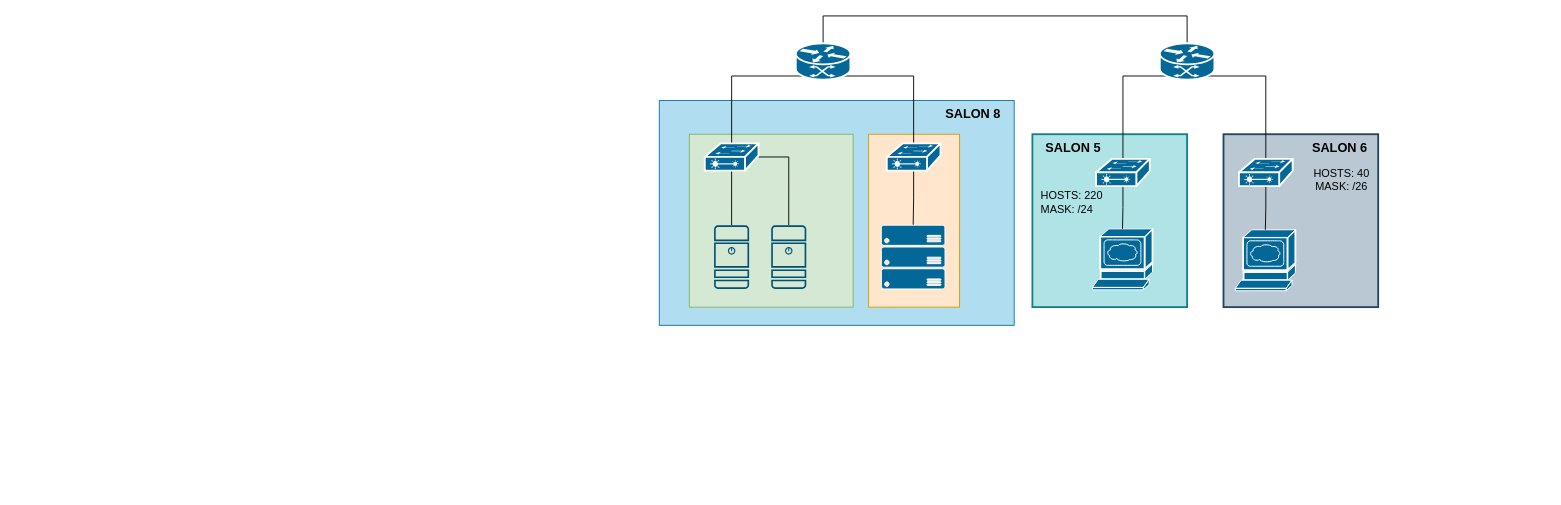
This is Final de redes.drawio from dlima2016/DiagramasRedes, a draw.io file, before an edit. Source tidied: cells renumbered, new cells numbered last; positions are measured from the earlier drawing's top-left corner, leaving out a move shared by most shapes. Both pictures are drawn from the tidied source at 91%, with x=0, y=0 at pixel (659, 15).
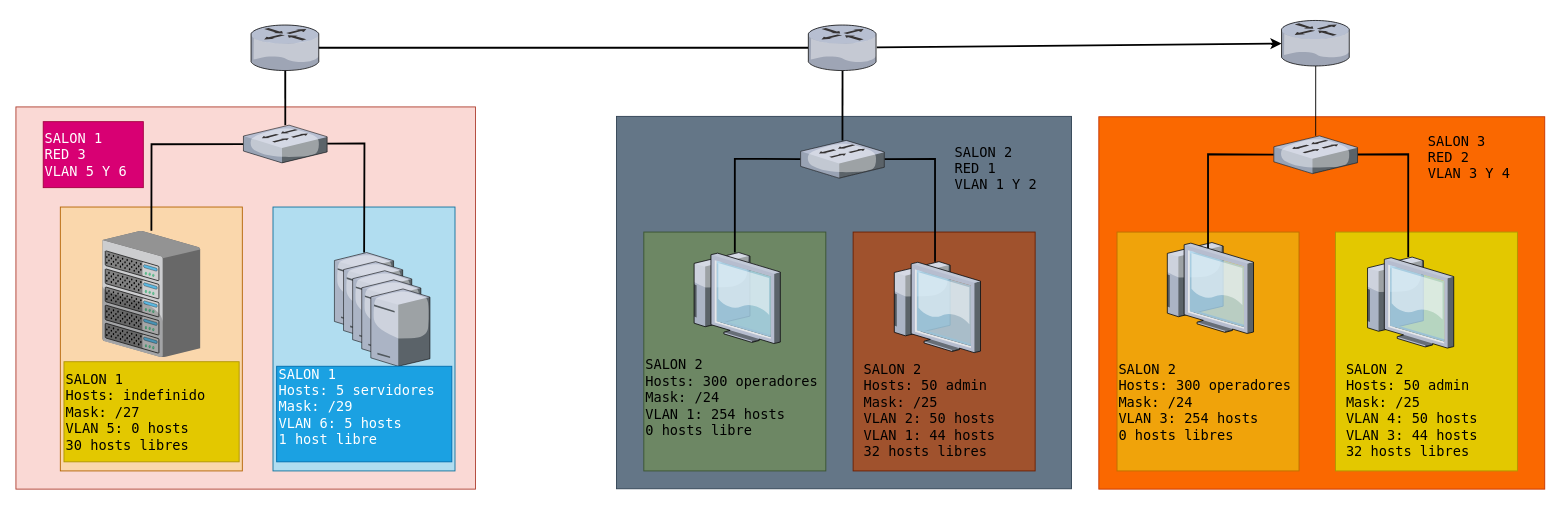
After the change.

Diff of the diagram source:
```diff
@@
-    <mxCell id="2" style="whiteSpace=wrap;html=1;fillColor=#bac8d3;strokeColor=#23445d;strokeWidth=2;" parent="1" vertex="1">
-      <mxGeometry x="620" y="130" width="170" height="190" as="geometry" />
-    </mxCell>
-    <mxCell id="3" style="whiteSpace=wrap;html=1;fillColor=#b0e3e6;strokeColor=#0e8088;strokeWidth=2;" parent="1" vertex="1">
-      <mxGeometry x="410" y="130" width="170" height="190" as="geometry" />
-    </mxCell>
-    <mxCell id="4" style="whiteSpace=wrap;html=1;fillColor=#b1ddf0;strokeColor=#10739e;" parent="1" vertex="1">
-      <mxGeometry y="93" width="390" height="247" as="geometry" />
-    </mxCell>
-    <mxCell id="5" style="whiteSpace=wrap;html=1;fillColor=#ffe6cc;strokeColor=#d79b00;" parent="1" vertex="1">
-      <mxGeometry x="230" y="130" width="100" height="190" as="geometry" />
-    </mxCell>
-    <mxCell id="6" style="whiteSpace=wrap;html=1;fillColor=#d5e8d4;strokeColor=#82b366;" parent="1" vertex="1">
-      <mxGeometry x="33" y="130" width="180" height="190" as="geometry" />
-    </mxCell>
-    <mxCell id="7" style="edgeStyle=orthogonalEdgeStyle;rounded=0;jettySize=auto;html=1;exitX=0.12;exitY=0.9;exitDx=0;exitDy=0;exitPerimeter=0;entryX=0.5;entryY=0;entryDx=0;entryDy=0;entryPerimeter=0;endArrow=none;endFill=0;" parent="1" edge="1" source="10" target="18">
-      <mxGeometry relative="1" as="geometry" />
-    </mxCell>
-    <mxCell id="8" style="edgeStyle=orthogonalEdgeStyle;rounded=0;jettySize=auto;html=1;exitX=0.88;exitY=0.9;exitDx=0;exitDy=0;exitPerimeter=0;endArrow=none;endFill=0;" parent="1" edge="1" source="10" target="20">
-      <mxGeometry relative="1" as="geometry" />
-    </mxCell>
-    <mxCell id="9" style="edgeStyle=orthogonalEdgeStyle;rounded=0;jettySize=auto;html=1;exitX=0.5;exitY=0;exitDx=0;exitDy=0;exitPerimeter=0;entryX=0.5;entryY=0;entryDx=0;entryDy=0;entryPerimeter=0;endArrow=none;endFill=0;" parent="1" edge="1" source="10" target="13">
-      <mxGeometry relative="1" as="geometry">
-        <Array as="points">
-          <mxPoint x="180" />
-          <mxPoint x="580" />
-        </Array>
-      </mxGeometry>
-    </mxCell>
-    <mxCell id="10" style="shape=mxgraph.cisco.routers.atm_router;sketch=0;html=1;dashed=0;fillColor=#036897;strokeColor=#ffffff;strokeWidth=2;verticalLabelPosition=bottom;verticalAlign=top;align=center;outlineConnect=0;" parent="1" vertex="1">
-      <mxGeometry x="150" y="30" width="60" height="40" as="geometry" />
-    </mxCell>
-    <mxCell id="11" style="edgeStyle=orthogonalEdgeStyle;rounded=0;jettySize=auto;html=1;exitX=0.12;exitY=0.9;exitDx=0;exitDy=0;exitPerimeter=0;entryX=0.5;entryY=0;entryDx=0;entryDy=0;entryPerimeter=0;endArrow=none;endFill=0;" parent="1" edge="1" source="13" target="22">
-      <mxGeometry relative="1" as="geometry" />
-    </mxCell>
-    <mxCell id="12" style="edgeStyle=orthogonalEdgeStyle;rounded=0;jettySize=auto;html=1;exitX=0.88;exitY=0.9;exitDx=0;exitDy=0;exitPerimeter=0;endArrow=none;endFill=0;" parent="1" edge="1" source="13" target="24">
-      <mxGeometry relative="1" as="geometry" />
-    </mxCell>
-    <mxCell id="13" style="shape=mxgraph.cisco.routers.atm_router;sketch=0;html=1;dashed=0;fillColor=#036897;strokeColor=#ffffff;strokeWidth=2;verticalLabelPosition=bottom;verticalAlign=top;align=center;outlineConnect=0;" parent="1" vertex="1">
-      <mxGeometry x="550" y="30" width="60" height="40" as="geometry" />
-    </mxCell>
-    <mxCell id="14" style="shape=mxgraph.cisco.servers.www_server;sketch=0;html=1;dashed=0;fillColor=#036897;strokeColor=#ffffff;strokeWidth=2;verticalLabelPosition=bottom;verticalAlign=top;align=center;outlineConnect=0;" parent="1" vertex="1">
-      <mxGeometry x="633" y="235" width="66" height="67" as="geometry" />
-    </mxCell>
-    <mxCell id="15" style="shape=mxgraph.cisco.servers.www_server;sketch=0;html=1;dashed=0;fillColor=#036897;strokeColor=#ffffff;strokeWidth=2;verticalLabelPosition=bottom;verticalAlign=top;align=center;outlineConnect=0;" parent="1" vertex="1">
-      <mxGeometry x="476" y="234" width="66" height="67" as="geometry" />
-    </mxCell>
-    <mxCell id="16" style="edgeStyle=orthogonalEdgeStyle;rounded=0;jettySize=auto;html=1;exitX=0.5;exitY=1;exitDx=0;exitDy=0;exitPerimeter=0;entryX=0.5;entryY=0;entryDx=0;entryDy=0;entryPerimeter=0;endArrow=none;endFill=0;" parent="1" edge="1" source="18" target="25">
-      <mxGeometry relative="1" as="geometry" />
-    </mxCell>
-    <mxCell id="17" style="edgeStyle=orthogonalEdgeStyle;rounded=0;jettySize=auto;html=1;exitX=1;exitY=0.5;exitDx=0;exitDy=0;exitPerimeter=0;entryX=0.5;entryY=0;entryDx=0;entryDy=0;entryPerimeter=0;endArrow=none;endFill=0;" parent="1" edge="1" source="18" target="32">
-      <mxGeometry relative="1" as="geometry" />
-    </mxCell>
-    <mxCell id="18" style="shape=mxgraph.cisco.switches.layer_2_remote_switch;sketch=0;html=1;dashed=0;fillColor=#036897;strokeColor=#ffffff;strokeWidth=2;verticalLabelPosition=bottom;verticalAlign=top;align=center;outlineConnect=0;" parent="1" vertex="1">
-      <mxGeometry x="50" y="140" width="59" height="30" as="geometry" />
-    </mxCell>
-    <mxCell id="19" style="edgeStyle=orthogonalEdgeStyle;rounded=0;jettySize=auto;html=1;exitX=0.5;exitY=1;exitDx=0;exitDy=0;exitPerimeter=0;entryX=0.5;entryY=0;entryDx=0;entryDy=0;entryPerimeter=0;endArrow=none;endFill=0;" parent="1" edge="1" source="20" target="26">
-      <mxGeometry relative="1" as="geometry" />
-    </mxCell>
-    <mxCell id="20" style="shape=mxgraph.cisco.switches.layer_2_remote_switch;sketch=0;html=1;dashed=0;fillColor=#036897;strokeColor=#ffffff;strokeWidth=2;verticalLabelPosition=bottom;verticalAlign=top;align=center;outlineConnect=0;" parent="1" vertex="1">
-      <mxGeometry x="250" y="140" width="59" height="30" as="geometry" />
-    </mxCell>
-    <mxCell id="21" style="edgeStyle=orthogonalEdgeStyle;rounded=0;jettySize=auto;html=1;exitX=0.5;exitY=1;exitDx=0;exitDy=0;exitPerimeter=0;endArrow=none;endFill=0;" parent="1" edge="1" source="22" target="15">
-      <mxGeometry relative="1" as="geometry" />
-    </mxCell>
-    <mxCell id="22" style="shape=mxgraph.cisco.switches.layer_2_remote_switch;sketch=0;html=1;dashed=0;fillColor=#036897;strokeColor=#ffffff;strokeWidth=2;verticalLabelPosition=bottom;verticalAlign=top;align=center;outlineConnect=0;" parent="1" vertex="1">
-      <mxGeometry x="480" y="157" width="59" height="30" as="geometry" />
-    </mxCell>
-    <mxCell id="23" style="edgeStyle=orthogonalEdgeStyle;rounded=0;jettySize=auto;html=1;exitX=0.5;exitY=1;exitDx=0;exitDy=0;exitPerimeter=0;entryX=0.5;entryY=0;entryDx=0;entryDy=0;entryPerimeter=0;endArrow=none;endFill=0;" parent="1" edge="1" source="24" target="14">
-      <mxGeometry relative="1" as="geometry" />
-    </mxCell>
-    <mxCell id="24" style="shape=mxgraph.cisco.switches.layer_2_remote_switch;sketch=0;html=1;dashed=0;fillColor=#036897;strokeColor=#ffffff;strokeWidth=2;verticalLabelPosition=bottom;verticalAlign=top;align=center;outlineConnect=0;" parent="1" vertex="1">
-      <mxGeometry x="637" y="157" width="59" height="30" as="geometry" />
-    </mxCell>
-    <mxCell id="25" style="sketch=0;points=[[0.015,0.015,0],[0.985,0.015,0],[0.985,0.985,0],[0.015,0.985,0],[0.25,0,0],[0.5,0,0],[0.75,0,0],[1,0.25,0],[1,0.5,0],[1,0.75,0],[0.75,1,0],[0.5,1,0],[0.25,1,0],[0,0.75,0],[0,0.5,0],[0,0.25,0]];verticalLabelPosition=bottom;html=1;verticalAlign=top;align=center;shape=mxgraph.cisco19.server;fillColor=#005073;strokeColor=none;" parent="1" vertex="1">
-      <mxGeometry x="60.2" y="230" width="38.5" height="70" as="geometry" />
-    </mxCell>
-    <mxCell id="26" style="verticalLabelPosition=bottom;html=1;verticalAlign=top;align=center;strokeColor=#FFFFFF;fillColor=#036897;shape=mxgraph.azure.server_rack;" parent="1" vertex="1">
-      <mxGeometry x="244" y="230" width="70" height="70" as="geometry" />
-    </mxCell>
-    <mxCell id="27" value="&lt;font style=&quot;font-size: 14px;&quot;&gt;&lt;b&gt;SALON 8&lt;/b&gt;&lt;/font&gt;" style="text;strokeColor=none;align=center;fillColor=none;html=1;verticalAlign=middle;whiteSpace=wrap;rounded=0;" parent="1" vertex="1">
-      <mxGeometry x="300" y="93" width="90" height="30" as="geometry" />
-    </mxCell>
-    <mxCell id="28" value="&lt;font style=&quot;font-size: 14px;&quot;&gt;&lt;b&gt;SALON 5&lt;/b&gt;&lt;/font&gt;" style="text;strokeColor=none;align=center;fillColor=none;html=1;verticalAlign=middle;whiteSpace=wrap;rounded=0;" parent="1" vertex="1">
-      <mxGeometry x="410" y="130" width="90" height="30" as="geometry" />
-    </mxCell>
-    <mxCell id="29" value="&lt;font style=&quot;font-size: 14px;&quot;&gt;&lt;b&gt;SALON 6&lt;/b&gt;&lt;/font&gt;" style="text;strokeColor=none;align=center;fillColor=none;html=1;verticalAlign=middle;whiteSpace=wrap;rounded=0;" parent="1" vertex="1">
-      <mxGeometry x="703" y="130" width="90" height="30" as="geometry" />
-    </mxCell>
-    <mxCell id="30" value="HOSTS: 40&lt;br&gt;MASK: /26" style="whiteSpace=wrap;html=1;fillColor=none;strokeColor=none;" parent="1" vertex="1">
-      <mxGeometry x="690" y="150" width="120" height="60" as="geometry" />
-    </mxCell>
-    <mxCell id="31" value="HOSTS: 220&lt;br&gt;&lt;div style=&quot;text-align: left;&quot;&gt;&lt;span style=&quot;background-color: initial;&quot;&gt;MASK: /24&lt;/span&gt;&lt;/div&gt;" style="whiteSpace=wrap;html=1;fillColor=none;strokeColor=none;" parent="1" vertex="1">
-      <mxGeometry x="407" y="175" width="93" height="60" as="geometry" />
-    </mxCell>
-    <mxCell id="32" style="sketch=0;points=[[0.015,0.015,0],[0.985,0.015,0],[0.985,0.985,0],[0.015,0.985,0],[0.25,0,0],[0.5,0,0],[0.75,0,0],[1,0.25,0],[1,0.5,0],[1,0.75,0],[0.75,1,0],[0.5,1,0],[0.25,1,0],[0,0.75,0],[0,0.5,0],[0,0.25,0]];verticalLabelPosition=bottom;html=1;verticalAlign=top;align=center;shape=mxgraph.cisco19.server;fillColor=#005073;strokeColor=none;" parent="1" vertex="1">
-      <mxGeometry x="123" y="230" width="38.5" height="70" as="geometry" />
-    </mxCell>
+    <mxCell id="33" style="whiteSpace=wrap;html=1;fillColor=#fad9d5;strokeColor=#ae4132;" parent="1" vertex="1">
+      <mxGeometry x="-707" y="100" width="505" height="420" as="geometry" />
+    </mxCell>
+    <mxCell id="34" style="whiteSpace=wrap;html=1;fillColor=#b1ddf0;strokeColor=#10739e;" parent="1" vertex="1">
+      <mxGeometry x="-424.5" y="210" width="200" height="290" as="geometry" />
+    </mxCell>
+    <mxCell id="35" style="whiteSpace=wrap;html=1;fillColor=#fad7ac;strokeColor=#b46504;" parent="1" vertex="1">
+      <mxGeometry x="-658.2" y="210" width="200" height="290" as="geometry" />
+    </mxCell>
+    <mxCell id="36" style="whiteSpace=wrap;html=1;fillColor=#647687;strokeColor=#314354;fontColor=#ffffff;" parent="1" vertex="1">
+      <mxGeometry x="-47" y="110.4" width="500" height="409.2" as="geometry" />
+    </mxCell>
+    <mxCell id="37" style="whiteSpace=wrap;html=1;fillColor=#fa6800;strokeColor=#C73500;fontColor=#000000;" parent="1" vertex="1">
+      <mxGeometry x="483" y="110.8" width="490" height="409.2" as="geometry" />
+    </mxCell>
+    <mxCell id="38" style="whiteSpace=wrap;html=1;fillColor=#6d8764;fontColor=#ffffff;strokeColor=#3A5431;" parent="1" vertex="1">
+      <mxGeometry x="-17" y="237.5" width="200" height="262.5" as="geometry" />
+    </mxCell>
+    <mxCell id="39" style="whiteSpace=wrap;html=1;fillColor=#a0522d;fontColor=#ffffff;strokeColor=#6D1F00;" parent="1" vertex="1">
+      <mxGeometry x="213" y="237.5" width="200" height="262.5" as="geometry" />
+    </mxCell>
+    <mxCell id="40" style="whiteSpace=wrap;html=1;fillColor=#f0a30a;fontColor=#000000;strokeColor=#BD7000;" parent="1" vertex="1">
+      <mxGeometry x="503" y="237.5" width="200" height="262.5" as="geometry" />
+    </mxCell>
+    <mxCell id="41" style="whiteSpace=wrap;html=1;fillColor=#e3c800;fontColor=#000000;strokeColor=#B09500;" parent="1" vertex="1">
+      <mxGeometry x="743" y="237.5" width="200" height="262.5" as="geometry" />
+    </mxCell>
+    <mxCell id="42" style="verticalLabelPosition=bottom;sketch=0;html=1;verticalAlign=top;strokeColor=none;align=center;outlineConnect=0;shape=mxgraph.citrix.thin_client;" parent="1" vertex="1">
+      <mxGeometry x="33" y="260" width="100" height="100" as="geometry" />
+    </mxCell>
+    <mxCell id="43" style="verticalLabelPosition=bottom;sketch=0;html=1;verticalAlign=top;strokeColor=none;align=center;outlineConnect=0;shape=mxgraph.citrix.thin_client;" parent="1" vertex="1">
+      <mxGeometry x="253" y="270" width="100" height="100" as="geometry" />
+    </mxCell>
+    <mxCell id="44" style="edgeStyle=none;rounded=0;jettySize=auto;html=1;endArrow=none;endFill=0;strokeWidth=2;" parent="1" edge="1" source="46" target="43">
+      <mxGeometry relative="1" as="geometry">
+        <Array as="points">
+          <mxPoint x="303" y="157" />
+        </Array>
+      </mxGeometry>
+    </mxCell>
+    <mxCell id="45" style="edgeStyle=none;rounded=0;jettySize=auto;html=1;endArrow=none;endFill=0;strokeWidth=2;" parent="1" edge="1" source="46" target="42">
+      <mxGeometry relative="1" as="geometry">
+        <Array as="points">
+          <mxPoint x="83" y="157" />
+        </Array>
+      </mxGeometry>
+    </mxCell>
+    <mxCell id="46" style="verticalLabelPosition=bottom;sketch=0;html=1;verticalAlign=top;strokeColor=none;align=center;outlineConnect=0;shape=mxgraph.citrix.switch;" parent="1" vertex="1">
+      <mxGeometry x="155.3" y="136.8" width="92" height="41.5" as="geometry" />
+    </mxCell>
+    <mxCell id="47" style="edgeStyle=none;rounded=0;jettySize=auto;html=1;endArrow=none;endFill=0;strokeWidth=2;" parent="1" edge="1" source="50" target="46">
+      <mxGeometry relative="1" as="geometry" />
+    </mxCell>
+    <mxCell id="48" style="edgeStyle=none;rounded=0;jettySize=auto;html=1;strokeWidth=2;" parent="1" edge="1" source="50" target="57">
+      <mxGeometry relative="1" as="geometry" />
+    </mxCell>
+    <mxCell id="49" style="edgeStyle=none;rounded=0;jettySize=auto;html=1;entryX=0.819;entryY=0.5;entryDx=0;entryDy=0;entryPerimeter=0;strokeWidth=2;endArrow=none;endFill=0;" parent="1" edge="1" source="50" target="68">
+      <mxGeometry relative="1" as="geometry" />
+    </mxCell>
+    <mxCell id="50" style="verticalLabelPosition=bottom;sketch=0;html=1;verticalAlign=top;strokeColor=none;align=center;outlineConnect=0;shape=mxgraph.citrix.router;" parent="1" vertex="1">
+      <mxGeometry x="163.7" y="10" width="75.3" height="50" as="geometry" />
+    </mxCell>
+    <mxCell id="51" style="verticalLabelPosition=bottom;sketch=0;html=1;verticalAlign=top;strokeColor=none;align=center;shape=mxgraph.citrix.thin_client;" parent="1" vertex="1">
+      <mxGeometry x="553" y="249" width="100" height="100" as="geometry" />
+    </mxCell>
+    <mxCell id="52" style="verticalLabelPosition=bottom;sketch=0;html=1;verticalAlign=top;strokeColor=none;align=center;outlineConnect=0;shape=mxgraph.citrix.thin_client;" parent="1" vertex="1">
+      <mxGeometry x="773" y="265" width="100" height="100" as="geometry" />
+    </mxCell>
+    <mxCell id="53" style="edgeStyle=none;rounded=0;jettySize=auto;html=1;endArrow=none;endFill=0;strokeWidth=2;" parent="1" edge="1" source="55" target="52">
+      <mxGeometry relative="1" as="geometry">
+        <Array as="points">
+          <mxPoint x="823" y="152" />
+        </Array>
+      </mxGeometry>
+    </mxCell>
+    <mxCell id="54" style="edgeStyle=none;rounded=0;jettySize=auto;html=1;endArrow=none;endFill=0;strokeWidth=2;" parent="1" edge="1" source="55">
+      <mxGeometry relative="1" as="geometry">
+        <mxPoint x="603" y="255" as="targetPoint" />
+        <Array as="points">
+          <mxPoint x="603" y="152" />
+        </Array>
+      </mxGeometry>
+    </mxCell>
+    <mxCell id="55" style="verticalLabelPosition=bottom;sketch=0;html=1;verticalAlign=top;strokeColor=none;align=center;outlineConnect=0;shape=mxgraph.citrix.switch;" parent="1" vertex="1">
+      <mxGeometry x="675.3" y="131.8" width="92" height="41.5" as="geometry" />
+    </mxCell>
+    <mxCell id="56" style="edgeStyle=none;rounded=0;jettySize=auto;html=1;endArrow=none;endFill=0;" parent="1" edge="1" source="57" target="55">
+      <mxGeometry relative="1" as="geometry" />
+    </mxCell>
+    <mxCell id="57" style="verticalLabelPosition=bottom;sketch=0;html=1;verticalAlign=top;strokeColor=none;align=center;outlineConnect=0;shape=mxgraph.citrix.router;" parent="1" vertex="1">
+      <mxGeometry x="683.7" y="5" width="75.3" height="50" as="geometry" />
+    </mxCell>
+    <mxCell id="58" style="verticalLabelPosition=bottom;sketch=0;html=1;verticalAlign=top;strokeColor=none;align=center;outlineConnect=0;shape=mxgraph.citrix.chassis;" parent="1" vertex="1">
+      <mxGeometry x="-612" y="236.2" width="107.5" height="138.8" as="geometry" />
+    </mxCell>
+    <mxCell id="59" style="verticalLabelPosition=bottom;sketch=0;html=1;verticalAlign=top;strokeColor=none;align=center;outlineConnect=0;shape=mxgraph.citrix.license_server;" parent="1" vertex="1">
+      <mxGeometry x="-357" y="260" width="65" height="85" as="geometry" />
+    </mxCell>
+    <mxCell id="60" style="verticalLabelPosition=bottom;sketch=0;html=1;verticalAlign=top;strokeColor=none;align=center;shape=mxgraph.citrix.license_server;" parent="1" vertex="1">
+      <mxGeometry x="-347" y="270" width="65" height="85" as="geometry" />
+    </mxCell>
+    <mxCell id="61" style="verticalLabelPosition=bottom;sketch=0;html=1;verticalAlign=top;strokeColor=none;align=center;shape=mxgraph.citrix.license_server;" parent="1" vertex="1">
+      <mxGeometry x="-337" y="280" width="65" height="85" as="geometry" />
+    </mxCell>
+    <mxCell id="62" style="verticalLabelPosition=bottom;sketch=0;html=1;verticalAlign=top;strokeColor=none;align=center;shape=mxgraph.citrix.license_server;" parent="1" vertex="1">
+      <mxGeometry x="-327" y="290" width="65" height="85" as="geometry" />
+    </mxCell>
+    <mxCell id="63" style="verticalLabelPosition=bottom;sketch=0;html=1;verticalAlign=top;strokeColor=none;align=center;shape=mxgraph.citrix.license_server;" parent="1" vertex="1">
+      <mxGeometry x="-317" y="300" width="65" height="85" as="geometry" />
+    </mxCell>
+    <mxCell id="64" style="edgeStyle=none;rounded=0;jettySize=auto;html=1;endArrow=none;endFill=0;strokeWidth=2;" parent="1" edge="1" source="66" target="59">
+      <mxGeometry relative="1" as="geometry">
+        <Array as="points">
+          <mxPoint x="-324" y="140" />
+        </Array>
+      </mxGeometry>
+    </mxCell>
+    <mxCell id="65" style="edgeStyle=none;rounded=0;jettySize=auto;html=1;endArrow=none;endFill=0;strokeWidth=2;" parent="1" edge="1" source="66" target="58">
+      <mxGeometry relative="1" as="geometry">
+        <Array as="points">
+          <mxPoint x="-558" y="141" />
+        </Array>
+      </mxGeometry>
+    </mxCell>
+    <mxCell id="66" style="verticalLabelPosition=bottom;sketch=0;html=1;verticalAlign=top;strokeColor=none;align=center;outlineConnect=0;shape=mxgraph.citrix.switch;" parent="1" vertex="1">
+      <mxGeometry x="-457" y="120" width="92" height="41.5" as="geometry" />
+    </mxCell>
+    <mxCell id="67" style="edgeStyle=none;rounded=0;jettySize=auto;html=1;strokeWidth=2;endArrow=none;endFill=0;" parent="1" edge="1" source="68" target="66">
+      <mxGeometry relative="1" as="geometry" />
+    </mxCell>
+    <mxCell id="68" style="verticalLabelPosition=bottom;sketch=0;html=1;verticalAlign=top;strokeColor=none;align=center;outlineConnect=0;shape=mxgraph.citrix.router;" parent="1" vertex="1">
+      <mxGeometry x="-448.7" y="10" width="75.3" height="50" as="geometry" />
+    </mxCell>
+    <mxCell id="69" value="&lt;font face=&quot;Lucida Console&quot; style=&quot;font-size: 15px;&quot;&gt;SALON 2&lt;br&gt;Hosts: 300 operadores&lt;br&gt;Mask: /24&lt;br&gt;VLAN 1: 254 hosts&lt;br&gt;0 hosts libre&lt;br&gt;&lt;br&gt;&lt;/font&gt;" style="text;strokeColor=none;align=left;fillColor=none;html=1;verticalAlign=middle;whiteSpace=wrap;rounded=0;" parent="1" vertex="1">
+      <mxGeometry x="-17" y="370" width="210" height="115" as="geometry" />
+    </mxCell>
+    <mxCell id="70" value="&lt;font face=&quot;Lucida Console&quot; style=&quot;font-size: 15px;&quot;&gt;SALON 2&lt;br&gt;Hosts: 50 admin&lt;br&gt;Mask: /25&lt;br&gt;VLAN 2: 50 hosts&lt;br&gt;VLAN 1: 44 hosts&lt;br&gt;32 hosts libres&lt;br&gt;&lt;/font&gt;" style="text;strokeColor=none;align=left;fillColor=none;html=1;verticalAlign=middle;whiteSpace=wrap;rounded=0;" parent="1" vertex="1">
+      <mxGeometry x="223" y="375" width="160" height="115" as="geometry" />
+    </mxCell>
+    <mxCell id="71" value="&lt;font face=&quot;Lucida Console&quot; style=&quot;font-size: 15px;&quot;&gt;SALON 2&lt;br&gt;RED 1&lt;br&gt;VLAN 1 Y 2&lt;br&gt;&lt;/font&gt;" style="text;strokeColor=none;align=left;fillColor=none;html=1;verticalAlign=middle;whiteSpace=wrap;rounded=0;" parent="1" vertex="1">
+      <mxGeometry x="323" y="131.8" width="130" height="70" as="geometry" />
+    </mxCell>
+    <mxCell id="72" value="&lt;font face=&quot;Lucida Console&quot; style=&quot;font-size: 15px;&quot;&gt;SALON 2&lt;br&gt;Hosts: 300 operadores&lt;br&gt;Mask: /24&lt;br&gt;VLAN 3: 254 hosts&lt;br&gt;0 hosts libres&lt;br&gt;&lt;br&gt;&lt;/font&gt;" style="text;strokeColor=none;align=left;fillColor=none;html=1;verticalAlign=middle;whiteSpace=wrap;rounded=0;" parent="1" vertex="1">
+      <mxGeometry x="503" y="375" width="210" height="115" as="geometry" />
+    </mxCell>
+    <mxCell id="73" value="&lt;font face=&quot;Lucida Console&quot; style=&quot;font-size: 15px;&quot;&gt;SALON 2&lt;br&gt;Hosts: 50 admin&lt;br&gt;Mask: /25&lt;br&gt;VLAN 4: 50 hosts&lt;br&gt;VLAN 3: 44 hosts&lt;br&gt;32 hosts libres&lt;br&gt;&lt;/font&gt;" style="text;strokeColor=none;align=left;fillColor=none;html=1;verticalAlign=middle;whiteSpace=wrap;rounded=0;" parent="1" vertex="1">
+      <mxGeometry x="753" y="375" width="160" height="115" as="geometry" />
+    </mxCell>
+    <mxCell id="74" value="&lt;font face=&quot;Lucida Console&quot; style=&quot;font-size: 15px;&quot;&gt;SALON 3&lt;br&gt;RED 2&lt;br&gt;VLAN 3 Y 4&lt;br&gt;&lt;/font&gt;" style="text;strokeColor=none;align=left;fillColor=none;html=1;verticalAlign=middle;whiteSpace=wrap;rounded=0;" parent="1" vertex="1">
+      <mxGeometry x="843" y="120" width="110" height="70" as="geometry" />
+    </mxCell>
+    <mxCell id="75" value="&lt;font face=&quot;Lucida Console&quot; style=&quot;font-size: 15px;&quot;&gt;SALON 1&lt;br&gt;Hosts: 5 servidores&lt;br&gt;Mask: /29&lt;br&gt;VLAN 6: 5 hosts&lt;br&gt;1 host libre&lt;br&gt;&lt;br&gt;&lt;/font&gt;" style="text;align=left;html=1;verticalAlign=middle;whiteSpace=wrap;rounded=0;fillColor=#1ba1e2;fontColor=#ffffff;strokeColor=#006EAF;" parent="1" vertex="1">
+      <mxGeometry x="-420.5" y="385" width="192.5" height="105" as="geometry" />
+    </mxCell>
+    <mxCell id="76" value="&lt;font face=&quot;Lucida Console&quot; style=&quot;font-size: 15px;&quot;&gt;SALON 1&lt;br&gt;Hosts: indefinido&lt;br&gt;Mask: /27&lt;br&gt;VLAN 5: 0 hosts&lt;br&gt;30 hosts libres&lt;br&gt;&lt;/font&gt;" style="text;align=left;html=1;verticalAlign=middle;whiteSpace=wrap;rounded=0;fillColor=#e3c800;fontColor=#000000;strokeColor=#B09500;" parent="1" vertex="1">
+      <mxGeometry x="-654.2" y="380" width="192.5" height="110" as="geometry" />
+    </mxCell>
+    <mxCell id="77" value="&lt;font face=&quot;Lucida Console&quot; style=&quot;font-size: 15px;&quot;&gt;SALON 1&lt;br&gt;RED 3&lt;br&gt;VLAN 5 Y 6&lt;br&gt;&lt;/font&gt;" style="text;align=left;html=1;verticalAlign=middle;whiteSpace=wrap;rounded=0;fillColor=#d80073;fontColor=#ffffff;strokeColor=#A50040;" parent="1" vertex="1">
+      <mxGeometry x="-677" y="116.2" width="110" height="72.5" as="geometry" />
+    </mxCell>
```
